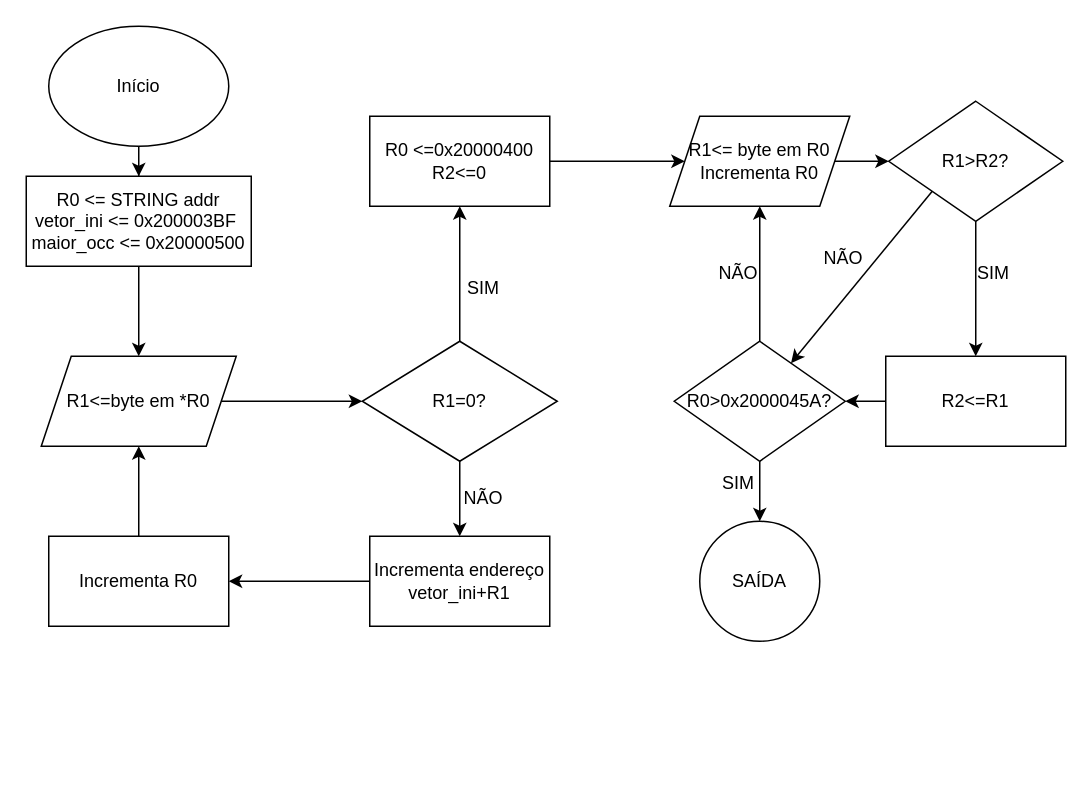
Joao-UTFPR/Microcontrolados keeps this draw.io diagram as Sistemas Microcontrolados/Lab1.drawio. Above is the earlier version. Source tidied: cells renumbered, new cells numbered last; positions are measured from the earlier drawing's top-left corner, leaving out a move shared by most shapes. Both pictures are drawn from the tidied source at 150%, with x=0, y=0 at pixel (26, 26).
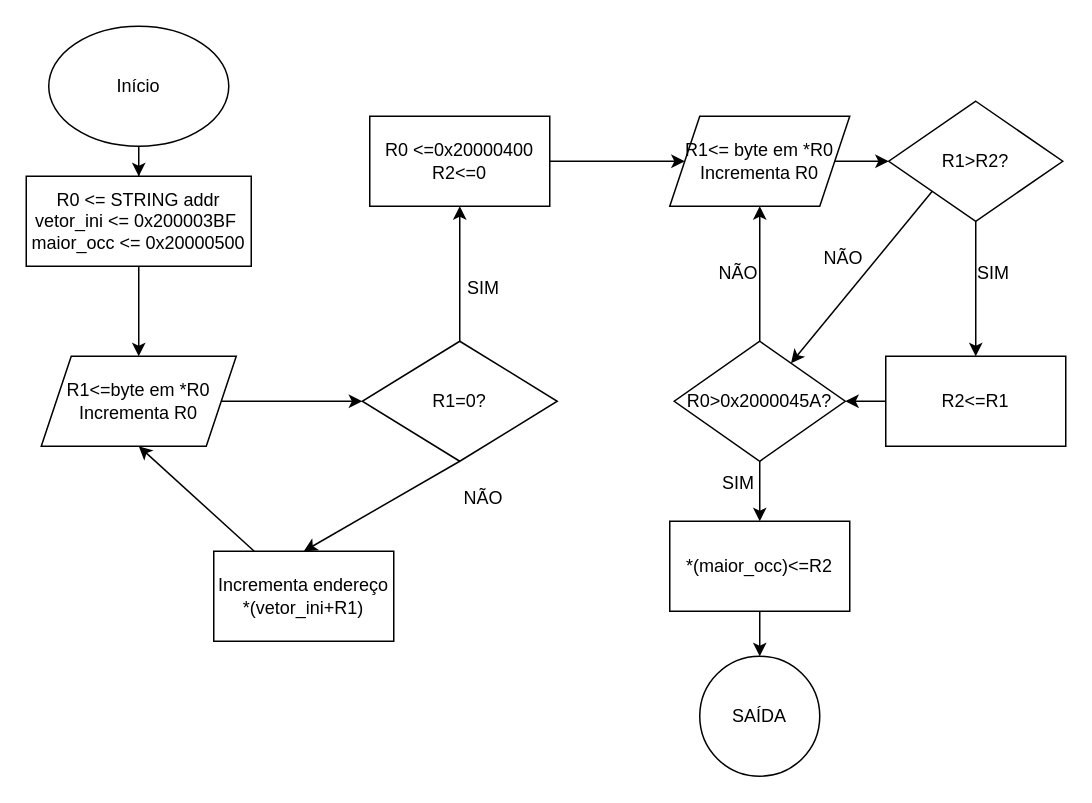
After the change.

Unchanged cells that the change refers to:
```xml
<mxCell id="13" value="R1=0?" style="rhombus;whiteSpace=wrap;html=1;" parent="1" vertex="1">
  <mxGeometry x="224" y="210" width="130" height="80" as="geometry" />
</mxCell>
<mxCell id="28" value="R0&amp;gt;0x2000045A?" style="rhombus;whiteSpace=wrap;html=1;" parent="1" vertex="1">
  <mxGeometry x="432" y="210" width="114" height="80" as="geometry" />
</mxCell>
```

Diff of the diagram source:
```diff
@@
-    <mxCell id="8" value="R1&amp;lt;=byte em *R0" style="shape=parallelogram;perimeter=parallelogramPerimeter;whiteSpace=wrap;html=1;fixedSize=1;" parent="1" vertex="1">
+    <mxCell id="8" value="R1&amp;lt;=byte em *R0&lt;br&gt;Incrementa R0" style="shape=parallelogram;perimeter=parallelogramPerimeter;whiteSpace=wrap;html=1;fixedSize=1;" parent="1" vertex="1">
       <mxGeometry x="10" y="220" width="130" height="60" as="geometry" />
     </mxCell>
-    <mxCell id="9" style="edgeStyle=orthogonalEdgeStyle;rounded=0;jettySize=auto;html=1;" parent="1" edge="1" source="10" target="16">
+    <mxCell id="9" style="rounded=0;jettySize=auto;html=1;entryX=0.5;entryY=1;entryDx=0;entryDy=0;" parent="1" edge="1" source="10" target="8">
       <mxGeometry relative="1" as="geometry" />
     </mxCell>
-    <mxCell id="10" value="Incrementa endereço&lt;br&gt;vetor_ini+R1" style="whiteSpace=wrap;html=1;" parent="1" vertex="1">
-      <mxGeometry x="229" y="340" width="120" height="60" as="geometry" />
+    <mxCell id="10" value="Incrementa endereço&lt;br&gt;*(vetor_ini+R1)" style="whiteSpace=wrap;html=1;" parent="1" vertex="1">
+      <mxGeometry x="125" y="350" width="120" height="60" as="geometry" />
     </mxCell>
-    <mxCell id="11" style="edgeStyle=orthogonalEdgeStyle;rounded=0;jettySize=auto;html=1;exitX=0.5;exitY=1;exitDx=0;exitDy=0;entryX=0.5;entryY=0;entryDx=0;entryDy=0;" parent="1" edge="1" source="13" target="10">
+    <mxCell id="11" style="rounded=0;jettySize=auto;html=1;exitX=0.5;exitY=1;exitDx=0;exitDy=0;entryX=0.5;entryY=0;entryDx=0;entryDy=0;" parent="1" edge="1" source="13" target="10">
       <mxGeometry relative="1" as="geometry" />
     </mxCell>
@@
-    <mxCell id="15" style="edgeStyle=orthogonalEdgeStyle;rounded=0;jettySize=auto;html=1;exitX=0.5;exitY=0;exitDx=0;exitDy=0;entryX=0.5;entryY=1;entryDx=0;entryDy=0;" parent="1" edge="1" source="16" target="8">
-      <mxGeometry relative="1" as="geometry" />
-    </mxCell>
-    <mxCell id="16" value="Incrementa R0" style="whiteSpace=wrap;html=1;" parent="1" vertex="1">
-      <mxGeometry x="15" y="340" width="120" height="60" as="geometry" />
-    </mxCell>
@@
-    <mxCell id="20" value="R1&amp;lt;= byte em R0&lt;br&gt;Incrementa R0" style="shape=parallelogram;perimeter=parallelogramPerimeter;whiteSpace=wrap;html=1;fixedSize=1;" parent="1" vertex="1">
+    <mxCell id="20" value="R1&amp;lt;= byte em *R0&lt;br&gt;Incrementa R0" style="shape=parallelogram;perimeter=parallelogramPerimeter;whiteSpace=wrap;html=1;fixedSize=1;" parent="1" vertex="1">
       <mxGeometry x="429" y="60" width="120" height="60" as="geometry" />
     </mxCell>
@@
-    <mxCell id="26" style="edgeStyle=orthogonalEdgeStyle;rounded=0;jettySize=auto;html=1;" parent="1" edge="1" source="28" target="29">
-      <mxGeometry relative="1" as="geometry" />
-    </mxCell>
@@
+    <mxCell id="35" style="edgeStyle=orthogonalEdgeStyle;rounded=0;jettySize=auto;html=1;exitX=0.5;exitY=1;exitDx=0;exitDy=0;" parent="1" edge="1" source="28" target="37">
+      <mxGeometry relative="1" as="geometry" />
+    </mxCell>
@@
     <mxCell id="29" value="SAÍDA" style="ellipse;whiteSpace=wrap;html=1;" parent="1" vertex="1">
-      <mxGeometry x="449" y="330" width="80" height="80" as="geometry" />
+      <mxGeometry x="449" y="420" width="80" height="80" as="geometry" />
     </mxCell>
@@
+    <mxCell id="36" style="edgeStyle=orthogonalEdgeStyle;rounded=0;jettySize=auto;html=1;exitX=0.5;exitY=1;exitDx=0;exitDy=0;entryX=0.5;entryY=0;entryDx=0;entryDy=0;" parent="1" edge="1" source="37" target="29">
+      <mxGeometry relative="1" as="geometry" />
+    </mxCell>
+    <mxCell id="37" value="*(maior_occ)&amp;lt;=R2" style="rounded=0;whiteSpace=wrap;html=1;" parent="1" vertex="1">
+      <mxGeometry x="429" y="330" width="120" height="60" as="geometry" />
+    </mxCell>
```
